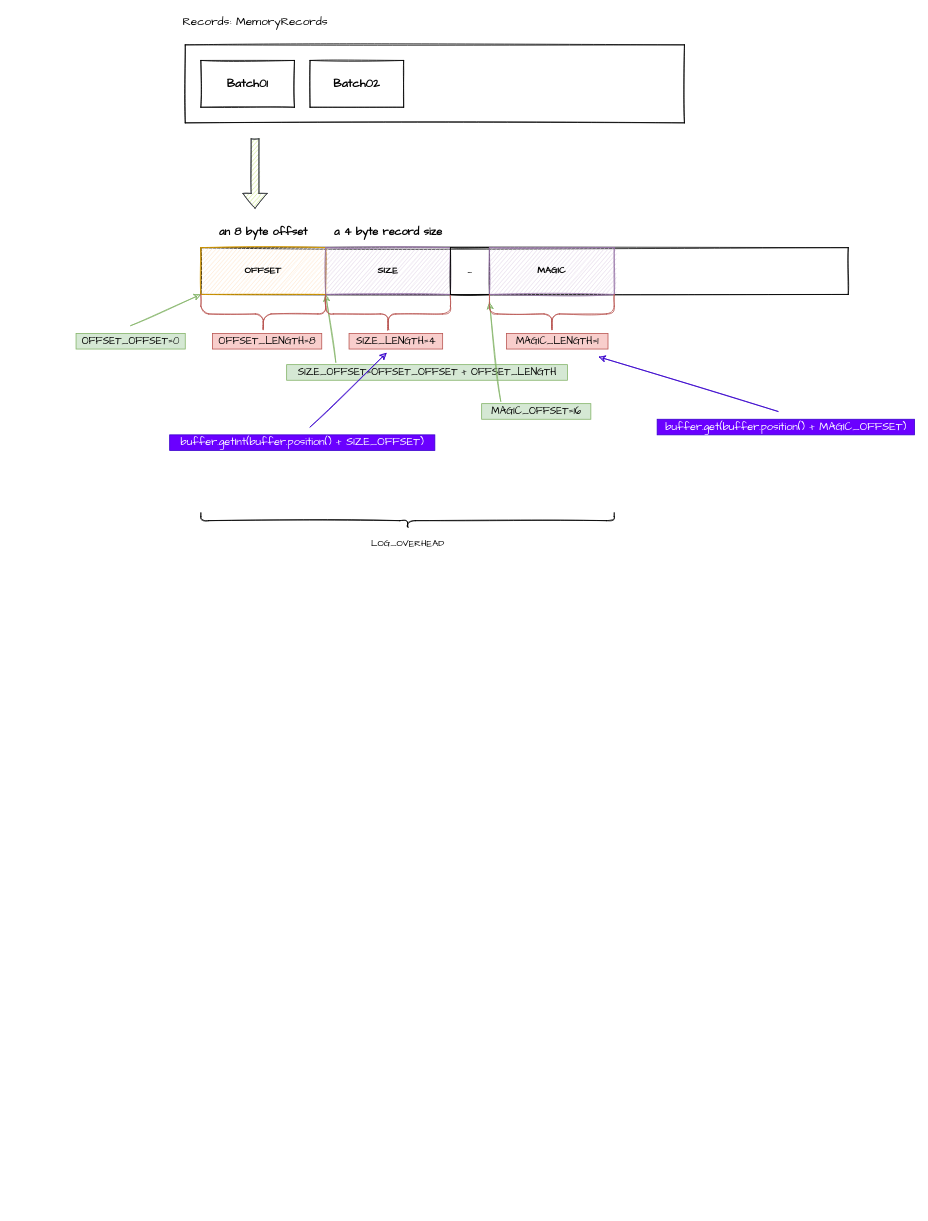
Before: page "消息转换" (7 of 7) of Drawio/Kafka Broker.drawio in xinzhuxiansheng/blog-notes, a draw.io diagram. Source tidied: cells renumbered, new cells numbered last; positions are measured from the earlier drawing's top-left corner, leaving out a move shared by most shapes. Both pictures are drawn from the tidied source at 78%, with x=0, y=0 at pixel (76, 13).
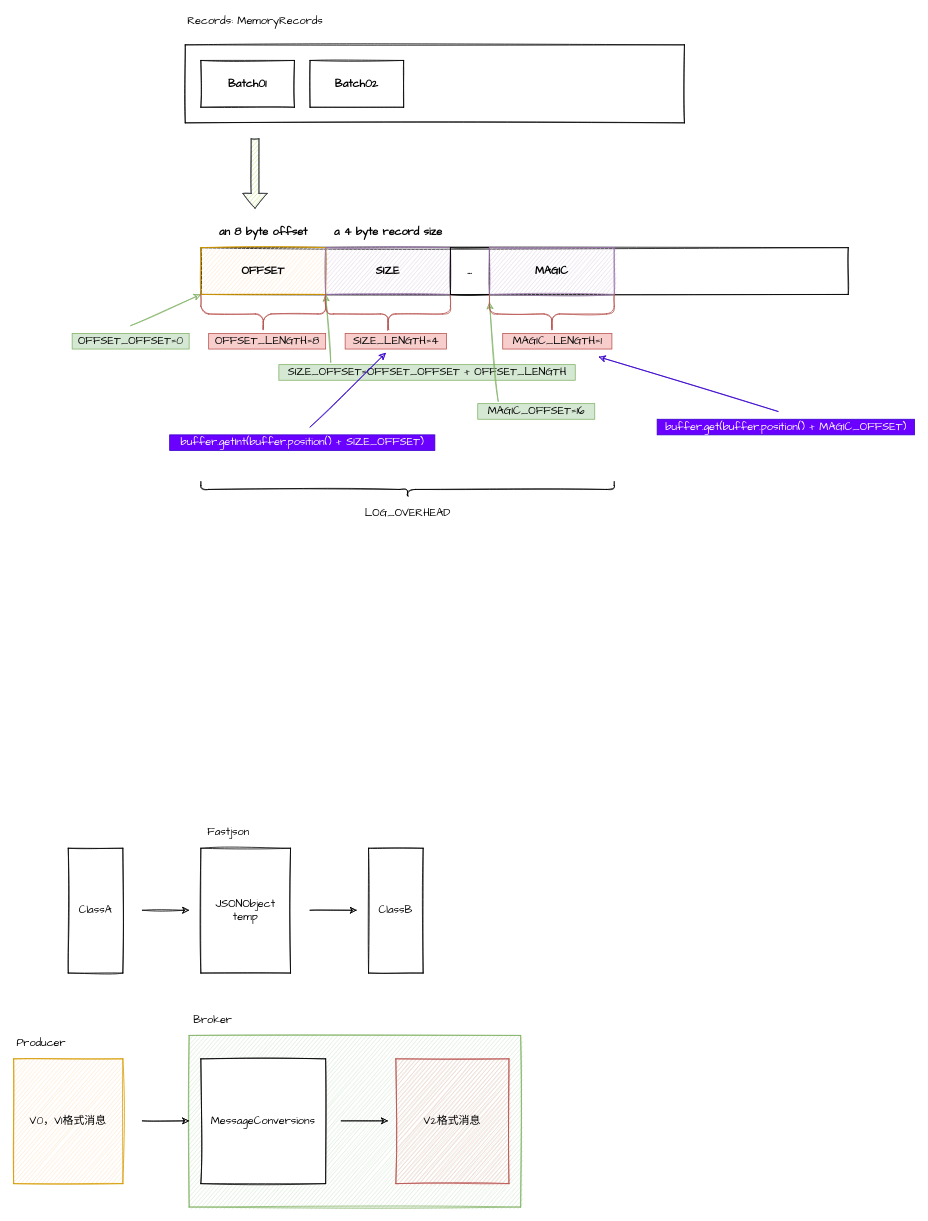
Above is the later version.

The edit, as a diff of the source:
```diff
@@
+    <mxCell id="32" style="rounded=0;whiteSpace=wrap;html=1;sketch=1;fontFamily=Comic Sans MS;fontSize=14;fillColor=#d5e8d4;strokeColor=#82b366;" parent="1" vertex="1">
+      <mxGeometry x="145" y="1310" width="425" height="220" as="geometry" />
+    </mxCell>
-    <mxCell id="2" style="rounded=0;whiteSpace=wrap;html=1;sketch=1;fillColor=none;fontSize=15;fontFamily=Comic Sans MS;fontStyle=1;" parent="1" vertex="1">
+    <mxCell id="2" style="rounded=0;whiteSpace=wrap;html=1;sketch=1;fillColor=none;fontSize=14;fontFamily=Comic Sans MS;fontStyle=1;" parent="1" vertex="1">
       <mxGeometry x="140" y="40" width="640" height="100" as="geometry" />
     </mxCell>
-    <mxCell id="3" value="Batch01" style="rounded=0;whiteSpace=wrap;html=1;sketch=1;fillColor=none;fontSize=15;fontFamily=Comic Sans MS;fontStyle=1;" parent="1" vertex="1">
+    <mxCell id="3" value="Batch01" style="rounded=0;whiteSpace=wrap;html=1;sketch=1;fillColor=none;fontSize=14;fontFamily=Comic Sans MS;fontStyle=1;" parent="1" vertex="1">
       <mxGeometry x="160" y="60" width="120" height="60" as="geometry" />
     </mxCell>
-    <mxCell id="4" value="Batch02" style="rounded=0;whiteSpace=wrap;html=1;sketch=1;fillColor=none;fontSize=15;fontFamily=Comic Sans MS;fontStyle=1;" parent="1" vertex="1">
+    <mxCell id="4" value="Batch02" style="rounded=0;whiteSpace=wrap;html=1;sketch=1;fillColor=none;fontSize=14;fontFamily=Comic Sans MS;fontStyle=1;" parent="1" vertex="1">
       <mxGeometry x="300" y="60" width="120" height="60" as="geometry" />
     </mxCell>
-    <mxCell id="5" value="Records: MemoryRecords" style="text;html=1;strokeColor=none;fillColor=none;align=center;verticalAlign=middle;whiteSpace=wrap;rounded=0;sketch=1;fontSize=15;fontFamily=Comic Sans MS;fontStyle=0;" parent="1" vertex="1">
+    <mxCell id="5" value="Records: MemoryRecords" style="text;html=1;strokeColor=none;fillColor=none;align=center;verticalAlign=middle;whiteSpace=wrap;rounded=0;sketch=1;fontSize=14;fontFamily=Comic Sans MS;fontStyle=0;" parent="1" vertex="1">
       <mxGeometry x="130" width="200" height="20" as="geometry" />
     </mxCell>
-    <mxCell id="6" style="rounded=0;whiteSpace=wrap;html=1;sketch=1;fontFamily=Comic Sans MS;fontSize=15;fillColor=none;" parent="1" vertex="1">
+    <mxCell id="6" style="rounded=0;whiteSpace=wrap;html=1;sketch=1;fontFamily=Comic Sans MS;fontSize=14;fillColor=none;" parent="1" vertex="1">
       <mxGeometry x="160" y="300" width="830" height="60" as="geometry" />
     </mxCell>
-    <mxCell id="7" value="OFFSET" style="rounded=0;whiteSpace=wrap;html=1;sketch=1;fontFamily=Comic Sans MS;fontSize=12;fillColor=#ffe6cc;strokeColor=#d79b00;fontStyle=1;" parent="1" vertex="1">
+    <mxCell id="7" value="OFFSET" style="rounded=0;whiteSpace=wrap;html=1;sketch=1;fontFamily=Comic Sans MS;fontSize=14;fillColor=#ffe6cc;strokeColor=#d79b00;fontStyle=1;" parent="1" vertex="1">
       <mxGeometry x="160" y="300" width="160" height="60" as="geometry" />
     </mxCell>
-    <mxCell id="8" style="shape=curlyBracket;whiteSpace=wrap;html=1;rounded=1;flipH=1;sketch=1;fontFamily=Comic Sans MS;fontSize=12;fillColor=none;rotation=-180;direction=south;" parent="1" vertex="1">
-      <mxGeometry x="160" y="640" width="530" height="20" as="geometry" />
+    <mxCell id="8" style="shape=curlyBracket;whiteSpace=wrap;html=1;rounded=1;flipH=1;sketch=1;fontFamily=Comic Sans MS;fontSize=14;fillColor=none;rotation=-180;direction=south;" parent="1" vertex="1">
+      <mxGeometry x="160" y="600" width="530" height="20" as="geometry" />
     </mxCell>
-    <mxCell id="9" value="LOG_OVERHEAD" style="text;html=1;align=center;verticalAlign=middle;strokeColor=none;fontSize=12;fontFamily=Comic Sans MS;sketch=1;" parent="1" vertex="1">
-      <mxGeometry x="370" y="670" width="110" height="20" as="geometry" />
+    <mxCell id="9" value="LOG_OVERHEAD" style="text;html=1;align=center;verticalAlign=middle;strokeColor=none;fontSize=14;fontFamily=Comic Sans MS;sketch=1;" parent="1" vertex="1">
+      <mxGeometry x="360" y="630" width="130" height="20" as="geometry" />
     </mxCell>
@@
-    <mxCell id="12" value="OFFSET_OFFSET=0" style="text;html=1;align=center;verticalAlign=middle;strokeColor=#82b366;fontSize=13;fontFamily=Comic Sans MS;fillColor=#d5e8d4;" parent="1" vertex="1">
-      <mxGeometry y="410" width="140" height="20" as="geometry" />
+    <mxCell id="12" value="OFFSET_OFFSET=0" style="text;html=1;align=center;verticalAlign=middle;strokeColor=#82b366;fontSize=14;fontFamily=Comic Sans MS;fillColor=#d5e8d4;" parent="1" vertex="1">
+      <mxGeometry x="-5" y="410" width="150" height="20" as="geometry" />
     </mxCell>
-    <mxCell id="13" style="shape=curlyBracket;whiteSpace=wrap;html=1;rounded=1;flipH=1;sketch=1;fontFamily=Comic Sans MS;fontSize=12;fillColor=#f8cecc;rotation=-180;direction=south;strokeColor=#b85450;" parent="1" vertex="1">
+    <mxCell id="13" style="shape=curlyBracket;whiteSpace=wrap;html=1;rounded=1;flipH=1;sketch=1;fontFamily=Comic Sans MS;fontSize=14;fillColor=#f8cecc;rotation=-180;direction=south;strokeColor=#b85450;" parent="1" vertex="1">
       <mxGeometry x="160" y="360" width="160" height="50" as="geometry" />
     </mxCell>
-    <mxCell id="14" value="OFFSET_LENGTH=8" style="text;html=1;align=center;verticalAlign=middle;strokeColor=#b85450;fontSize=13;fontFamily=Comic Sans MS;fillColor=#f8cecc;" parent="1" vertex="1">
-      <mxGeometry x="175" y="410" width="140" height="20" as="geometry" />
+    <mxCell id="14" value="OFFSET_LENGTH=8" style="text;html=1;align=center;verticalAlign=middle;strokeColor=#b85450;fontSize=14;fontFamily=Comic Sans MS;fillColor=#f8cecc;" parent="1" vertex="1">
+      <mxGeometry x="170" y="410" width="150" height="20" as="geometry" />
     </mxCell>
-    <mxCell id="15" value="SIZE" style="rounded=0;whiteSpace=wrap;html=1;sketch=1;fontFamily=Comic Sans MS;fontSize=12;fillColor=#e1d5e7;strokeColor=#9673a6;fontStyle=1;" parent="1" vertex="1">
+    <mxCell id="15" value="SIZE" style="rounded=0;whiteSpace=wrap;html=1;sketch=1;fontFamily=Comic Sans MS;fontSize=14;fillColor=#e1d5e7;strokeColor=#9673a6;fontStyle=1;" parent="1" vertex="1">
       <mxGeometry x="320" y="300" width="160" height="60" as="geometry" />
     </mxCell>
@@
-    <mxCell id="18" value="SIZE_OFFSET=OFFSET_OFFSET + OFFSET_LENGTH" style="text;html=1;align=center;verticalAlign=middle;points=[];strokeColor=#82b366;fontSize=13;fontFamily=Comic Sans MS;fillColor=#d5e8d4;" parent="1" vertex="1">
-      <mxGeometry x="270" y="450" width="360" height="20" as="geometry" />
+    <mxCell id="18" value="SIZE_OFFSET=OFFSET_OFFSET + OFFSET_LENGTH" style="text;html=1;align=center;verticalAlign=middle;points=[];strokeColor=#82b366;fontSize=14;fontFamily=Comic Sans MS;fillColor=#d5e8d4;" parent="1" vertex="1">
+      <mxGeometry x="260" y="450" width="380" height="20" as="geometry" />
     </mxCell>
-    <mxCell id="19" style="shape=curlyBracket;whiteSpace=wrap;html=1;rounded=1;flipH=1;sketch=1;fontFamily=Comic Sans MS;fontSize=12;fillColor=#f8cecc;rotation=-180;direction=south;strokeColor=#b85450;" parent="1" vertex="1">
+    <mxCell id="19" style="shape=curlyBracket;whiteSpace=wrap;html=1;rounded=1;flipH=1;sketch=1;fontFamily=Comic Sans MS;fontSize=14;fillColor=#f8cecc;rotation=-180;direction=south;strokeColor=#b85450;" parent="1" vertex="1">
       <mxGeometry x="320" y="360" width="160" height="50" as="geometry" />
     </mxCell>
-    <mxCell id="20" value="SIZE_LENGTH=4" style="text;html=1;align=center;verticalAlign=middle;points=[];strokeColor=#b85450;fontSize=13;fontFamily=Comic Sans MS;fillColor=#f8cecc;" parent="1" vertex="1">
-      <mxGeometry x="350" y="410" width="120" height="20" as="geometry" />
+    <mxCell id="20" value="SIZE_LENGTH=4" style="text;html=1;align=center;verticalAlign=middle;points=[];strokeColor=#b85450;fontSize=14;fontFamily=Comic Sans MS;fillColor=#f8cecc;" parent="1" vertex="1">
+      <mxGeometry x="345" y="410" width="130" height="20" as="geometry" />
     </mxCell>
-    <mxCell id="21" value="..." style="rounded=0;whiteSpace=wrap;html=1;sketch=1;fontFamily=Comic Sans MS;fontSize=12;fontStyle=1;fillColor=none;" parent="1" vertex="1">
+    <mxCell id="21" value="..." style="rounded=0;whiteSpace=wrap;html=1;sketch=1;fontFamily=Comic Sans MS;fontSize=14;fontStyle=1;fillColor=none;" parent="1" vertex="1">
       <mxGeometry x="480" y="300" width="50" height="60" as="geometry" />
     </mxCell>
-    <mxCell id="22" value="MAGIC" style="rounded=0;whiteSpace=wrap;html=1;sketch=1;fontFamily=Comic Sans MS;fontSize=12;fillColor=#e1d5e7;strokeColor=#9673a6;fontStyle=1;" parent="1" vertex="1">
+    <mxCell id="22" value="MAGIC" style="rounded=0;whiteSpace=wrap;html=1;sketch=1;fontFamily=Comic Sans MS;fontSize=14;fillColor=#e1d5e7;strokeColor=#9673a6;fontStyle=1;" parent="1" vertex="1">
       <mxGeometry x="530" y="300" width="160" height="60" as="geometry" />
     </mxCell>
@@
-    <mxCell id="24" value="MAGIC_OFFSET=16" style="text;html=1;align=center;verticalAlign=middle;points=[];strokeColor=#82b366;fontSize=13;fontFamily=Comic Sans MS;fillColor=#d5e8d4;" parent="1" vertex="1">
-      <mxGeometry x="520" y="500" width="140" height="20" as="geometry" />
+    <mxCell id="24" value="MAGIC_OFFSET=16" style="text;html=1;align=center;verticalAlign=middle;points=[];strokeColor=#82b366;fontSize=14;fontFamily=Comic Sans MS;fillColor=#d5e8d4;" parent="1" vertex="1">
+      <mxGeometry x="515" y="500" width="150" height="20" as="geometry" />
     </mxCell>
-    <mxCell id="25" style="shape=curlyBracket;whiteSpace=wrap;html=1;rounded=1;flipH=1;sketch=1;fontFamily=Comic Sans MS;fontSize=12;fillColor=#f8cecc;rotation=-180;direction=south;strokeColor=#b85450;" parent="1" vertex="1">
+    <mxCell id="25" style="shape=curlyBracket;whiteSpace=wrap;html=1;rounded=1;flipH=1;sketch=1;fontFamily=Comic Sans MS;fontSize=14;fillColor=#f8cecc;rotation=-180;direction=south;strokeColor=#b85450;" parent="1" vertex="1">
       <mxGeometry x="530" y="360" width="160" height="50" as="geometry" />
     </mxCell>
-    <mxCell id="26" value="MAGIC_LENGTH=1" style="text;html=1;align=center;verticalAlign=middle;strokeColor=#b85450;fontSize=13;fontFamily=Comic Sans MS;fillColor=#f8cecc;" parent="1" vertex="1">
-      <mxGeometry x="552" y="410" width="130" height="20" as="geometry" />
+    <mxCell id="26" value="MAGIC_LENGTH=1" style="text;html=1;align=center;verticalAlign=middle;strokeColor=#b85450;fontSize=14;fontFamily=Comic Sans MS;fillColor=#f8cecc;" parent="1" vertex="1">
+      <mxGeometry x="547" y="410" width="140" height="20" as="geometry" />
     </mxCell>
-    <mxCell id="27" style="endArrow=classic;html=1;sketch=1;fillColor=#6a00ff;strokeColor=#3700CC;entryX=0.4;entryY=1.25;entryDx=0;entryDy=0;entryPerimeter=0;" parent="1" edge="1" target="20">
+    <mxCell id="27" style="endArrow=classic;html=1;sketch=1;fillColor=#6a00ff;strokeColor=#3700CC;entryX=0.4;entryY=1.25;entryDx=0;entryDy=0;entryPerimeter=0;fontFamily=Comic Sans MS;fontSize=14;" parent="1" edge="1" target="20">
       <mxGeometry relative="1" as="geometry">
         <mxPoint x="300" y="530" as="sourcePoint" />
       </mxGeometry>
     </mxCell>
-    <mxCell id="28" value="&lt;font style=&quot;font-size: 14px&quot;&gt;buffer.getInt(buffer.position() + SIZE_OFFSET)&lt;/font&gt;" style="text;html=1;align=center;verticalAlign=middle;strokeColor=#3700CC;fontFamily=Comic Sans MS;fillColor=#6a00ff;fontColor=#ffffff;" parent="1" vertex="1">
+    <mxCell id="28" value="&lt;font style=&quot;font-size: 14px;&quot;&gt;buffer.getInt(buffer.position() + SIZE_OFFSET)&lt;/font&gt;" style="text;html=1;align=center;verticalAlign=middle;strokeColor=#3700CC;fontFamily=Comic Sans MS;fillColor=#6a00ff;fontColor=#ffffff;fontSize=14;" parent="1" vertex="1">
       <mxGeometry x="120" y="540" width="340" height="20" as="geometry" />
     </mxCell>
-    <mxCell id="29" style="endArrow=classic;html=1;sketch=1;fillColor=#6a00ff;strokeColor=#3700CC;" parent="1" edge="1">
+    <mxCell id="29" style="endArrow=classic;html=1;sketch=1;fillColor=#6a00ff;strokeColor=#3700CC;fontFamily=Comic Sans MS;fontSize=14;" parent="1" edge="1">
       <mxGeometry relative="1" as="geometry">
         <mxPoint x="900" y="510" as="sourcePoint" />
         <mxPoint x="670" y="440" as="targetPoint" />
       </mxGeometry>
     </mxCell>
-    <mxCell id="30" value="&lt;span style=&quot;font-size: 14px&quot;&gt;buffer.get(buffer.position() + MAGIC_OFFSET)&lt;/span&gt;" style="text;html=1;align=center;verticalAlign=middle;strokeColor=#3700CC;fontFamily=Comic Sans MS;fillColor=#6a00ff;fontColor=#ffffff;" parent="1" vertex="1">
+    <mxCell id="30" value="&lt;span style=&quot;font-size: 14px;&quot;&gt;buffer.get(buffer.position() + MAGIC_OFFSET)&lt;/span&gt;" style="text;html=1;align=center;verticalAlign=middle;strokeColor=#3700CC;fontFamily=Comic Sans MS;fillColor=#6a00ff;fontColor=#ffffff;fontSize=14;" parent="1" vertex="1">
       <mxGeometry x="745" y="520" width="330" height="20" as="geometry" />
     </mxCell>
-    <mxCell id="31" style="shape=flexArrow;endArrow=classic;html=1;fontFamily=Comic Sans MS;fillColor=#cdeb8b;strokeColor=#36393d;sketch=1;" parent="1" edge="1">
+    <mxCell id="31" style="shape=flexArrow;endArrow=classic;html=1;fontFamily=Comic Sans MS;fillColor=#cdeb8b;strokeColor=#36393d;sketch=1;fontSize=14;" parent="1" edge="1">
       <mxGeometry relative="1" as="geometry">
         <mxPoint x="229.5" y="160" as="sourcePoint" />
         <mxPoint x="229.5" y="250" as="targetPoint" />
       </mxGeometry>
     </mxCell>
+    <mxCell id="33" value="ClassA" style="rounded=0;whiteSpace=wrap;html=1;sketch=1;fillColor=none;fontFamily=Comic Sans MS;fontSize=14;" parent="1" vertex="1">
+      <mxGeometry x="-10" y="1070" width="70" height="160" as="geometry" />
+    </mxCell>
+    <mxCell id="34" value="JSONObject&lt;br&gt;temp" style="rounded=0;whiteSpace=wrap;html=1;sketch=1;fillColor=none;fontFamily=Comic Sans MS;fontSize=14;" parent="1" vertex="1">
+      <mxGeometry x="160" y="1070" width="115" height="160" as="geometry" />
+    </mxCell>
+    <mxCell id="35" value="ClassB" style="rounded=0;whiteSpace=wrap;html=1;sketch=1;fillColor=none;fontFamily=Comic Sans MS;fontSize=14;" parent="1" vertex="1">
+      <mxGeometry x="375" y="1070" width="70" height="160" as="geometry" />
+    </mxCell>
+    <mxCell id="36" style="endArrow=classic;html=1;fontFamily=Comic Sans MS;fontSize=14;sketch=1;" parent="1" edge="1">
+      <mxGeometry relative="1" as="geometry">
+        <mxPoint x="85" y="1149.5" as="sourcePoint" />
+        <mxPoint x="145" y="1149.5" as="targetPoint" />
+      </mxGeometry>
+    </mxCell>
+    <mxCell id="37" style="endArrow=classic;html=1;fontFamily=Comic Sans MS;fontSize=14;sketch=1;" parent="1" edge="1">
+      <mxGeometry relative="1" as="geometry">
+        <mxPoint x="300" y="1149.5" as="sourcePoint" />
+        <mxPoint x="360" y="1149.5" as="targetPoint" />
+      </mxGeometry>
+    </mxCell>
+    <mxCell id="38" value="V0，V1格式消息" style="rounded=0;whiteSpace=wrap;html=1;sketch=1;fillColor=#ffe6cc;fontFamily=Comic Sans MS;fontSize=14;strokeColor=#d79b00;" parent="1" vertex="1">
+      <mxGeometry x="-80" y="1340" width="140" height="160" as="geometry" />
+    </mxCell>
+    <mxCell id="39" value="MessageConversions" style="rounded=0;whiteSpace=wrap;html=1;sketch=1;fontFamily=Comic Sans MS;fontSize=14;" parent="1" vertex="1">
+      <mxGeometry x="160" y="1340" width="160" height="160" as="geometry" />
+    </mxCell>
+    <mxCell id="40" value="V2格式消息" style="rounded=0;whiteSpace=wrap;html=1;sketch=1;fillColor=#f8cecc;fontFamily=Comic Sans MS;fontSize=14;strokeColor=#b85450;" parent="1" vertex="1">
+      <mxGeometry x="410" y="1340" width="145" height="160" as="geometry" />
+    </mxCell>
+    <mxCell id="41" style="endArrow=classic;html=1;fontFamily=Comic Sans MS;fontSize=14;sketch=1;" parent="1" edge="1">
+      <mxGeometry relative="1" as="geometry">
+        <mxPoint x="85" y="1419.5" as="sourcePoint" />
+        <mxPoint x="145" y="1419.5" as="targetPoint" />
+      </mxGeometry>
+    </mxCell>
+    <mxCell id="42" style="endArrow=classic;html=1;fontFamily=Comic Sans MS;fontSize=14;sketch=1;" parent="1" edge="1">
+      <mxGeometry relative="1" as="geometry">
+        <mxPoint x="340" y="1419.5" as="sourcePoint" />
+        <mxPoint x="400" y="1419.5" as="targetPoint" />
+      </mxGeometry>
+    </mxCell>
+    <mxCell id="43" value="Producer" style="text;html=1;align=center;verticalAlign=middle;strokeColor=none;fontSize=14;fontFamily=Comic Sans MS;" parent="1" vertex="1">
+      <mxGeometry x="-80" y="1310" width="70" height="20" as="geometry" />
+    </mxCell>
+    <mxCell id="44" value="Broker" style="text;html=1;align=center;verticalAlign=middle;strokeColor=none;fontSize=14;fontFamily=Comic Sans MS;" parent="1" vertex="1">
+      <mxGeometry x="145" y="1280" width="60" height="20" as="geometry" />
+    </mxCell>
+    <mxCell id="45" value="Fastjson" style="text;html=1;align=center;verticalAlign=middle;strokeColor=none;fontSize=14;fontFamily=Comic Sans MS;" parent="1" vertex="1">
+      <mxGeometry x="160" y="1040" width="70" height="20" as="geometry" />
+    </mxCell>
```
